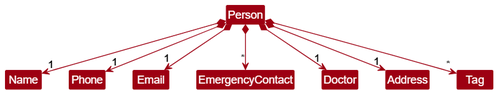
nus-cs2103-AY2425S1/tp keeps this PlantUML diagram as docs/images/PersonClassDiagram.png. Above is the earlier version. Its source is kept beside it as docs/diagrams/PersonClassDiagram.puml. Its diagram source:
```plantuml
@startuml
!include style.puml
skinparam arrowThickness 1.1
skinparam arrowColor MODEL_COLOR
skinparam classBackgroundColor MODEL_COLOR


Person *--> "1"Name
Person *--> "1"Phone
Person *--> "1"Email
Person *-->  "*"EmergencyContact
Person *-->  "1"Doctor
Person *--> "1"Address
Person *--> "*" Tag

@enduml
```
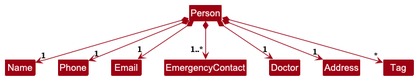
Above is the later version.

Diff of the diagram source:
```diff
@@ -8,7 +8,7 @@
 Person *--> "1"Name
 Person *--> "1"Phone
 Person *--> "1"Email
-Person *-->  "*"EmergencyContact
+Person *-->  "1..*"EmergencyContact
 Person *-->  "1"Doctor
 Person *--> "1"Address
 Person *--> "*" Tag
```
